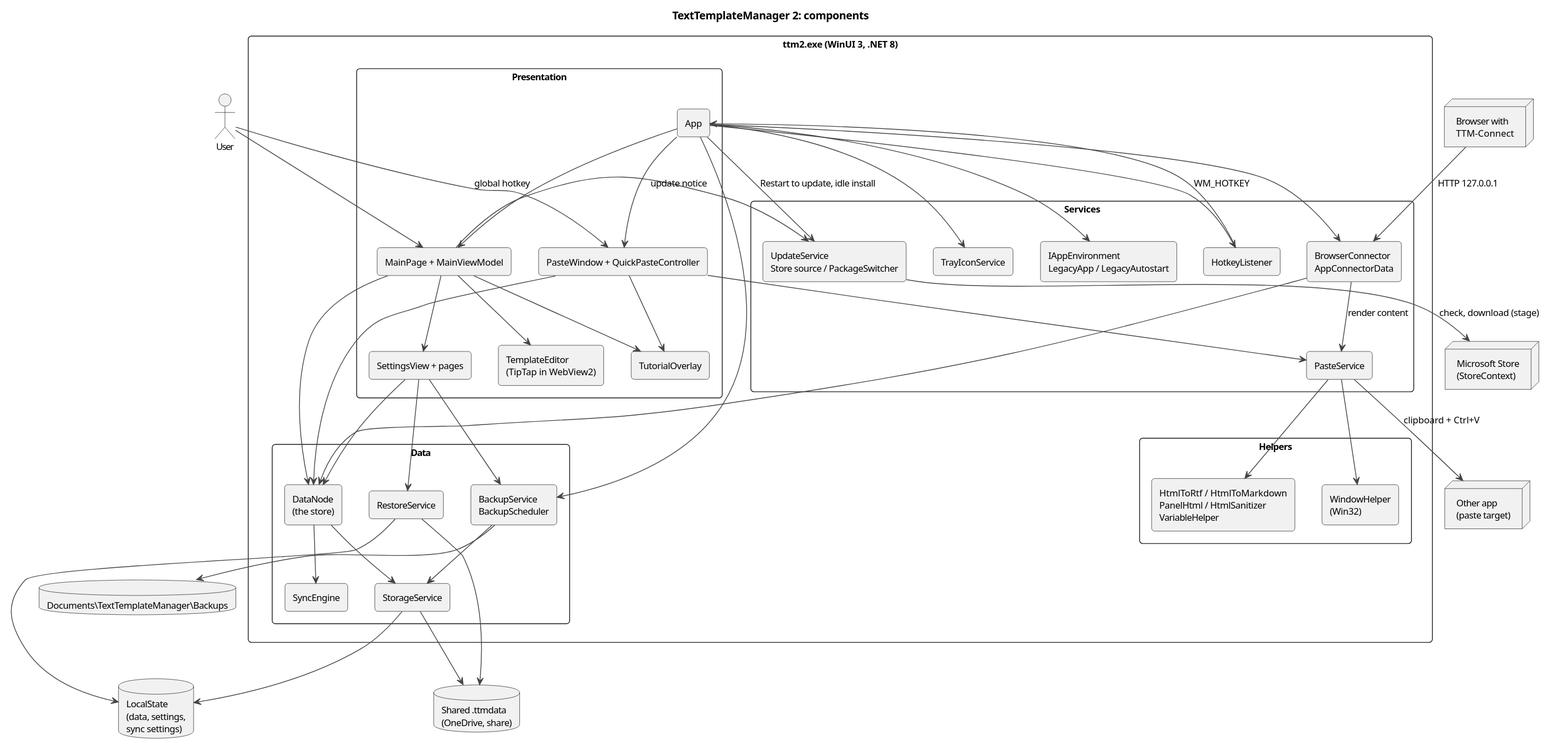
Above: docs/architecture/diagrams/component-overview.svg in halatsWol/TextTemplateManager-v2 (PlantUML), before the change.
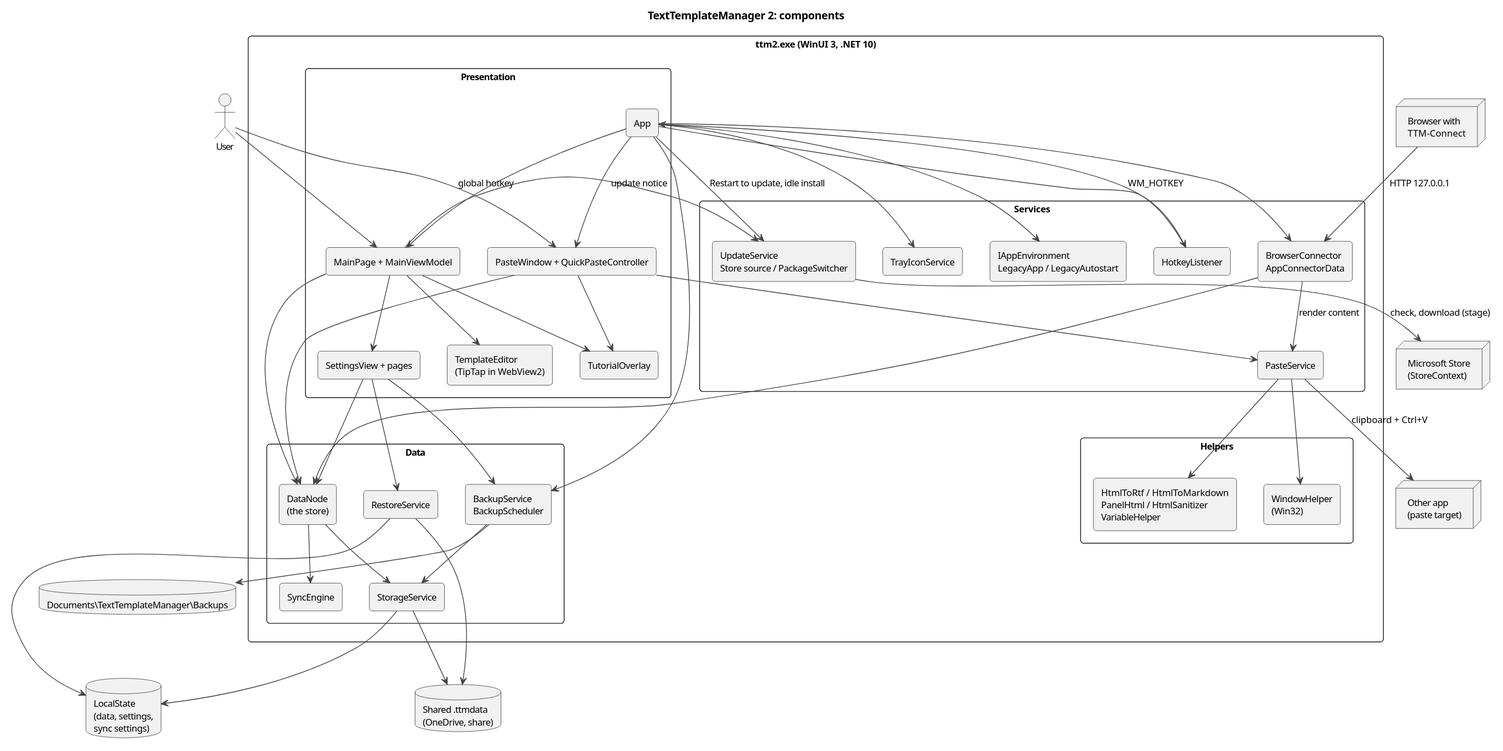
The same diagram one commit later.

Change to the diagram source:
```diff
@@ -6,7 +6,7 @@
 node "Other app\n(paste target)" as Target
 node "Browser with\nTTM-Connect" as Browser
 
-package "ttm2.exe (WinUI 3, .NET 8)" {
+package "ttm2.exe (WinUI 3, .NET 10)" {
   package "Presentation" {
     [App] as App
     [MainPage + MainViewModel] as Main
```
